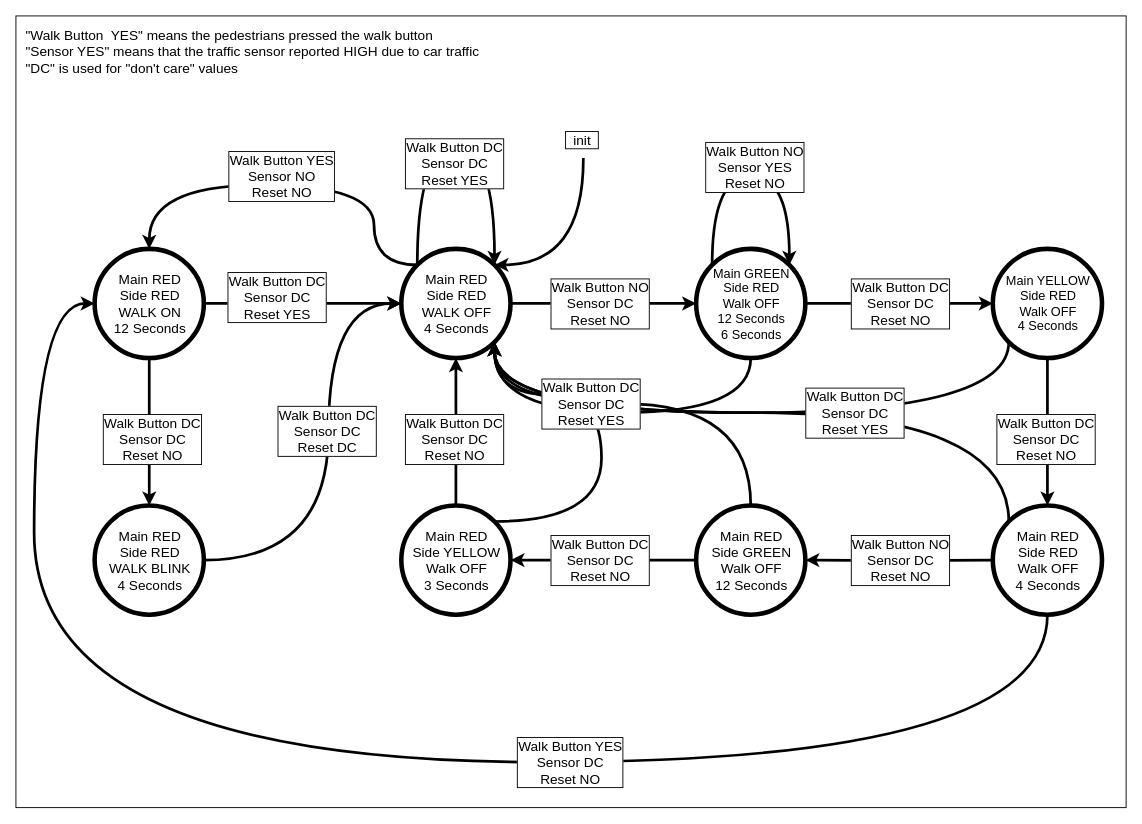
This is Lab_3_bs3528_nsa325/Task_2/Diagrams/State Diagram.drawio from A5-015/vhdl-craziness, a draw.io file, before an edit. Source tidied: cells renumbered, new cells numbered last; positions are measured from the earlier drawing's top-left corner, leaving out a move shared by most shapes. Both pictures are drawn from the tidied source at 91%, with x=0, y=0 at pixel (15, 15).
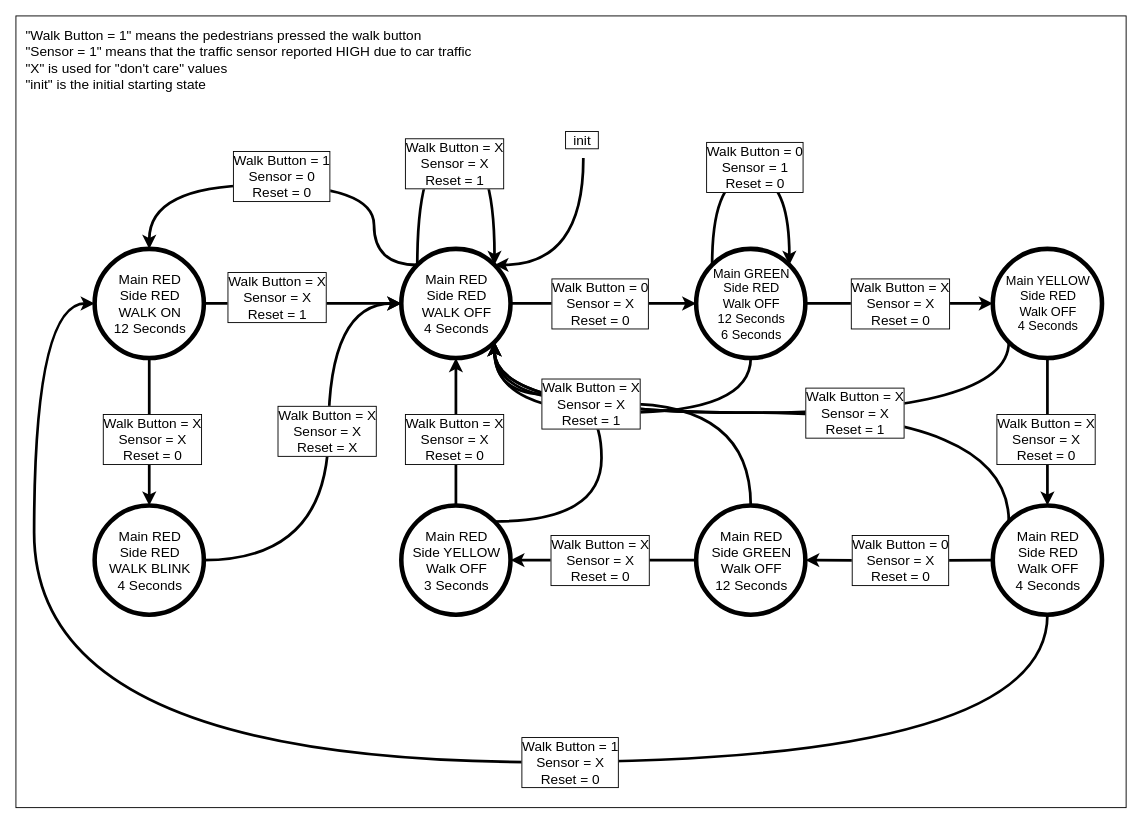
Above is the later version.

Diff of the diagram source:
```diff
@@
-    <mxCell id="29" value="Walk Button NO&lt;br&gt;Sensor DC&lt;br&gt;Reset NO&lt;br&gt;" style="text;html=1;align=center;verticalAlign=middle;labelBackgroundColor=#ffffff;fontSize=15;labelBorderColor=#000000;" parent="1" vertex="1">
+    <mxCell id="29" value="Walk Button = 0&lt;br&gt;Sensor = X&lt;br&gt;Reset = 0&lt;br&gt;" style="text;html=1;align=center;verticalAlign=middle;labelBackgroundColor=#ffffff;fontSize=15;labelBorderColor=#000000;" parent="1" vertex="1">
       <mxGeometry x="623.5" y="316" as="geometry">
         <mxPoint x="18" y="-1" as="offset" />
       </mxGeometry>
     </mxCell>
-    <mxCell id="30" value="Walk Button NO&lt;br&gt;Sensor YES&lt;br&gt;Reset NO&lt;br&gt;" style="text;html=1;align=center;verticalAlign=middle;labelBackgroundColor=#ffffff;fontSize=15;labelBorderColor=#000000;" parent="1" vertex="1">
+    <mxCell id="30" value="Walk Button = 0&lt;br&gt;Sensor = 1&lt;br&gt;Reset = 0&lt;br&gt;" style="text;html=1;align=center;verticalAlign=middle;labelBackgroundColor=#ffffff;fontSize=15;labelBorderColor=#000000;" parent="1" vertex="1">
       <mxGeometry x="793.5" y="166" as="geometry">
         <mxPoint x="18" y="-1" as="offset" />
       </mxGeometry>
     </mxCell>
-    <mxCell id="31" value="Walk Button DC&lt;br&gt;Sensor DC&lt;br&gt;Reset NO&lt;br&gt;" style="text;html=1;align=center;verticalAlign=middle;labelBackgroundColor=#ffffff;fontSize=15;labelBorderColor=#000000;" parent="1" vertex="1">
+    <mxCell id="31" value="Walk Button = X&lt;br&gt;Sensor = X&lt;br&gt;Reset = 0&lt;br&gt;" style="text;html=1;align=center;verticalAlign=middle;labelBackgroundColor=#ffffff;fontSize=15;labelBorderColor=#000000;" parent="1" vertex="1">
       <mxGeometry x="953.5" y="316" as="geometry">
         <mxPoint x="18" y="-1" as="offset" />
       </mxGeometry>
     </mxCell>
-    <mxCell id="32" value="Walk Button DC&lt;br&gt;Sensor DC&lt;br&gt;Reset NO&lt;br&gt;" style="text;html=1;align=center;verticalAlign=middle;labelBackgroundColor=#ffffff;fontSize=15;labelBorderColor=#000000;" parent="1" vertex="1">
+    <mxCell id="32" value="Walk Button = X&lt;br&gt;Sensor = X&lt;br&gt;Reset = 0&lt;br&gt;" style="text;html=1;align=center;verticalAlign=middle;labelBackgroundColor=#ffffff;fontSize=15;labelBorderColor=#000000;" parent="1" vertex="1">
       <mxGeometry x="1113.5" y="465" as="geometry">
         <mxPoint x="18" y="-1" as="offset" />
       </mxGeometry>
     </mxCell>
-    <mxCell id="33" value="Walk Button YES&lt;br&gt;Sensor NO&lt;br&gt;Reset NO&lt;br&gt;" style="text;html=1;align=center;verticalAlign=middle;labelBackgroundColor=#ffffff;fontSize=15;labelBorderColor=#000000;" parent="1" vertex="1">
+    <mxCell id="33" value="Walk Button = 1&lt;br&gt;Sensor = 0&lt;br&gt;Reset = 0&lt;br&gt;" style="text;html=1;align=center;verticalAlign=middle;labelBackgroundColor=#ffffff;fontSize=15;labelBorderColor=#000000;" parent="1" vertex="1">
       <mxGeometry x="273.5" y="176" as="geometry">
         <mxPoint x="18" y="-1" as="offset" />
       </mxGeometry>
     </mxCell>
-    <mxCell id="34" value="Walk Button NO&lt;br&gt;Sensor DC&lt;br&gt;Reset NO&lt;br&gt;" style="text;html=1;align=center;verticalAlign=middle;labelBackgroundColor=#ffffff;fontSize=15;labelBorderColor=#000000;" parent="1" vertex="1">
+    <mxCell id="34" value="Walk Button = 0&lt;br&gt;Sensor = X&lt;br&gt;Reset = 0&lt;br&gt;" style="text;html=1;align=center;verticalAlign=middle;labelBackgroundColor=#ffffff;fontSize=15;labelBorderColor=#000000;" parent="1" vertex="1">
       <mxGeometry x="953.5" y="598" as="geometry">
         <mxPoint x="18" y="-1" as="offset" />
       </mxGeometry>
     </mxCell>
-    <mxCell id="35" value="Walk Button DC&lt;br&gt;Sensor DC&lt;br&gt;Reset NO&lt;br&gt;" style="text;html=1;align=center;verticalAlign=middle;labelBackgroundColor=#ffffff;fontSize=15;labelBorderColor=#000000;" parent="1" vertex="1">
+    <mxCell id="35" value="Walk Button = X&lt;br&gt;Sensor = X&lt;br&gt;Reset = 0&lt;br&gt;" style="text;html=1;align=center;verticalAlign=middle;labelBackgroundColor=#ffffff;fontSize=15;labelBorderColor=#000000;" parent="1" vertex="1">
       <mxGeometry x="623.5" y="598" as="geometry">
         <mxPoint x="18" y="-1" as="offset" />
       </mxGeometry>
     </mxCell>
-    <mxCell id="36" value="Walk Button DC&lt;br&gt;Sensor DC&lt;br&gt;Reset NO&lt;br&gt;" style="text;html=1;align=center;verticalAlign=middle;labelBackgroundColor=#ffffff;fontSize=15;labelBorderColor=#000000;" parent="1" vertex="1">
+    <mxCell id="36" value="Walk Button = X&lt;br&gt;Sensor = X&lt;br&gt;Reset = 0&lt;br&gt;" style="text;html=1;align=center;verticalAlign=middle;labelBackgroundColor=#ffffff;fontSize=15;labelBorderColor=#000000;" parent="1" vertex="1">
       <mxGeometry x="463.5" y="465" as="geometry">
         <mxPoint x="18" y="-1" as="offset" />
       </mxGeometry>
     </mxCell>
-    <mxCell id="37" value="Walk Button DC&lt;br&gt;Sensor DC&lt;br&gt;Reset NO&lt;br&gt;" style="text;html=1;align=center;verticalAlign=middle;labelBackgroundColor=#ffffff;fontSize=15;labelBorderColor=#000000;" parent="1" vertex="1">
+    <mxCell id="37" value="Walk Button = X&lt;br&gt;Sensor = X&lt;br&gt;Reset = 0&lt;br&gt;" style="text;html=1;align=center;verticalAlign=middle;labelBackgroundColor=#ffffff;fontSize=15;labelBorderColor=#000000;" parent="1" vertex="1">
       <mxGeometry x="131.5" y="465" as="geometry">
         <mxPoint x="18" y="-1" as="offset" />
       </mxGeometry>
     </mxCell>
-    <mxCell id="38" value="Walk Button DC&lt;br&gt;Sensor DC&lt;br&gt;Reset DC&lt;br&gt;" style="text;html=1;align=center;verticalAlign=middle;labelBackgroundColor=#ffffff;fontSize=15;labelBorderColor=#000000;" parent="1" vertex="1">
+    <mxCell id="38" value="Walk Button = X&lt;br&gt;Sensor = X&lt;br&gt;Reset = X&lt;br&gt;" style="text;html=1;align=center;verticalAlign=middle;labelBackgroundColor=#ffffff;fontSize=15;labelBorderColor=#000000;" parent="1" vertex="1">
       <mxGeometry x="323.5" y="456" as="geometry">
         <mxPoint x="18" y="-1" as="offset" />
       </mxGeometry>
     </mxCell>
@@
-    <mxCell id="40" value="Walk Button DC&lt;br&gt;Sensor DC&lt;br&gt;Reset YES&lt;br&gt;" style="text;html=1;align=center;verticalAlign=middle;labelBackgroundColor=#ffffff;fontSize=15;labelBorderColor=#000000;" parent="1" vertex="1">
+    <mxCell id="40" value="Walk Button = X&lt;br&gt;Sensor = X&lt;br&gt;Reset = 1&lt;br&gt;" style="text;html=1;align=center;verticalAlign=middle;labelBackgroundColor=#ffffff;fontSize=15;labelBorderColor=#000000;" parent="1" vertex="1">
       <mxGeometry x="131.5" y="475" as="geometry">
         <mxPoint x="155" y="-167" as="offset" />
       </mxGeometry>
     </mxCell>
@@
-    <mxCell id="42" value="Walk Button DC&lt;br&gt;Sensor DC&lt;br&gt;Reset YES&lt;br&gt;" style="text;html=1;align=center;verticalAlign=middle;labelBackgroundColor=#ffffff;fontSize=15;labelBorderColor=#000000;" parent="1" vertex="1">
+    <mxCell id="42" value="Walk Button = X&lt;br&gt;Sensor = X&lt;br&gt;Reset = 1&lt;br&gt;" style="text;html=1;align=center;verticalAlign=middle;labelBackgroundColor=#ffffff;fontSize=15;labelBorderColor=#000000;" parent="1" vertex="1">
       <mxGeometry x="463.5" y="162" as="geometry">
         <mxPoint x="18" y="-1" as="offset" />
       </mxGeometry>
     </mxCell>
-    <mxCell id="43" value="Walk Button DC&lt;br&gt;Sensor DC&lt;br&gt;Reset YES&lt;br&gt;" style="text;html=1;align=center;verticalAlign=middle;labelBackgroundColor=#ffffff;fontSize=15;labelBorderColor=#000000;" parent="1" vertex="1">
+    <mxCell id="43" value="Walk Button = X&lt;br&gt;Sensor = X&lt;br&gt;Reset = 1&lt;br&gt;" style="text;html=1;align=center;verticalAlign=middle;labelBackgroundColor=#ffffff;fontSize=15;labelBorderColor=#000000;" parent="1" vertex="1">
       <mxGeometry x="903.5" y="436" as="geometry">
         <mxPoint x="18" y="-1" as="offset" />
       </mxGeometry>
     </mxCell>
-    <mxCell id="44" value="Walk Button DC&lt;br&gt;Sensor DC&lt;br&gt;Reset YES&lt;br&gt;" style="text;html=1;align=center;verticalAlign=middle;labelBackgroundColor=#ffffff;fontSize=15;labelBorderColor=#000000;" parent="1" vertex="1">
+    <mxCell id="44" value="Walk Button = X&lt;br&gt;Sensor = X&lt;br&gt;Reset = 1&lt;br&gt;" style="text;html=1;align=center;verticalAlign=middle;labelBackgroundColor=#ffffff;fontSize=15;labelBorderColor=#000000;" parent="1" vertex="1">
       <mxGeometry x="613.5" y="426" as="geometry">
         <mxPoint x="18" y="-1" as="offset" />
       </mxGeometry>
     </mxCell>
-    <mxCell id="45" value="&quot;Walk Button&amp;nbsp; YES&quot; means the pedestrians pressed the walk button&lt;br&gt;&quot;Sensor YES&quot; means that the traffic sensor reported HIGH due to car traffic&lt;br&gt;&quot;DC&quot; is used for &quot;don't care&quot; values&amp;nbsp;&lt;br&gt;" style="text;html=1;strokeColor=none;fillColor=none;align=left;verticalAlign=top;whiteSpace=wrap;rounded=0;fontSize=15;" parent="1" vertex="1">
+    <mxCell id="45" value="&quot;Walk Button = 1&quot; means the pedestrians pressed the walk button&lt;br&gt;&quot;Sensor = 1&quot; means that the traffic sensor reported HIGH due to car traffic&lt;br&gt;&quot;X&quot; is used for &quot;don't care&quot; values&amp;nbsp;&lt;br&gt;&quot;init&quot; is the initial starting state&lt;br&gt;" style="text;html=1;strokeColor=none;fillColor=none;align=left;verticalAlign=top;whiteSpace=wrap;rounded=0;fontSize=15;" parent="1" vertex="1">
       <mxGeometry x="8.5" y="6" width="530" height="130" as="geometry" />
     </mxCell>
-    <mxCell id="46" value="Walk Button YES&lt;br&gt;Sensor DC&lt;br&gt;Reset NO&lt;br&gt;" style="text;html=1;align=center;verticalAlign=middle;labelBackgroundColor=#ffffff;fontSize=15;labelBorderColor=#000000;" parent="1" vertex="1">
+    <mxCell id="46" value="Walk Button = 1&lt;br&gt;Sensor = X&lt;br&gt;Reset = 0&lt;br&gt;" style="text;html=1;align=center;verticalAlign=middle;labelBackgroundColor=#ffffff;fontSize=15;labelBorderColor=#000000;" parent="1" vertex="1">
       <mxGeometry x="590" y="820" as="geometry">
         <mxPoint x="18" y="-1" as="offset" />
       </mxGeometry>
     </mxCell>
```
